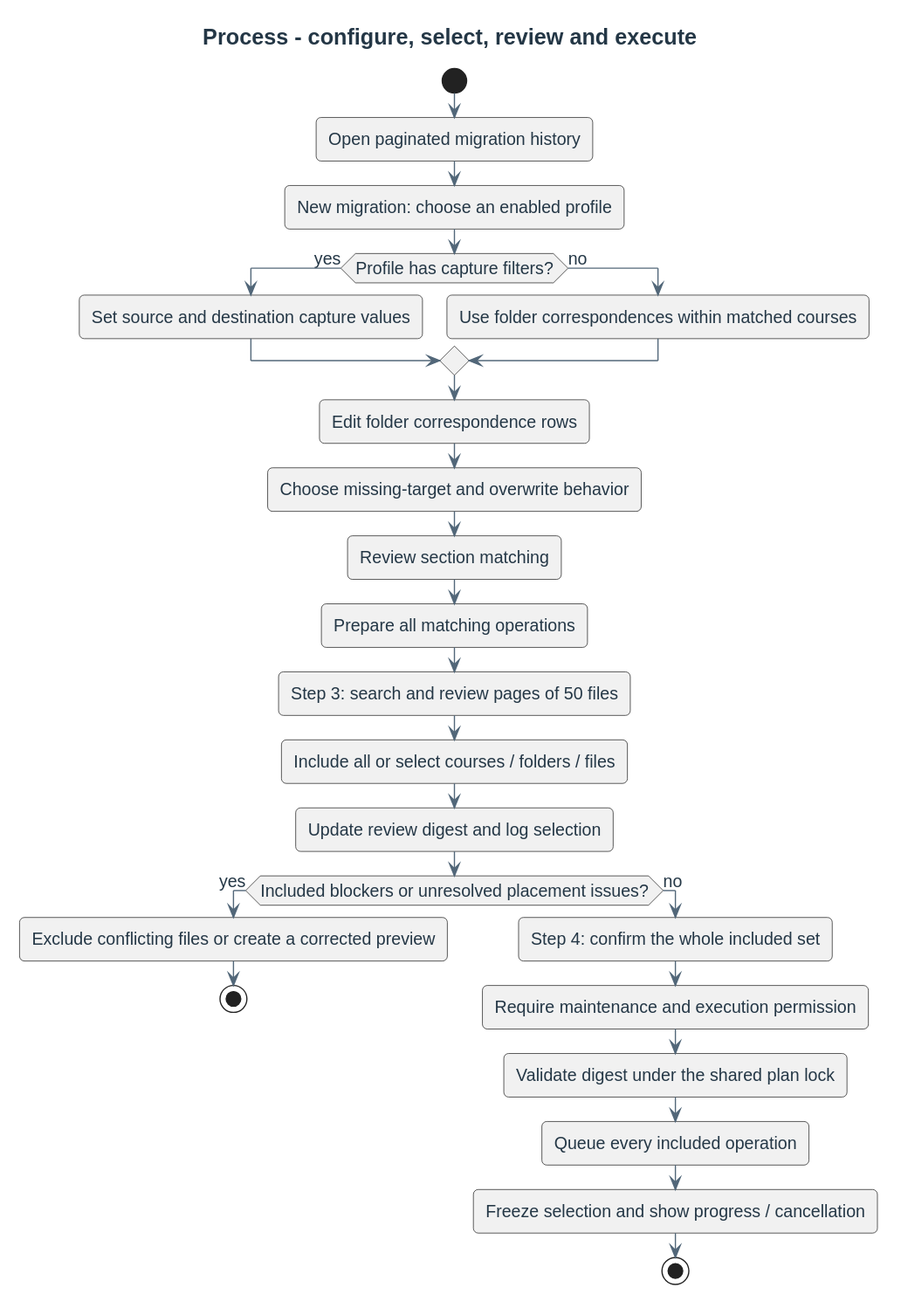
Above: docs/diagrams/behavior/processes/administration-migration.svg in didactika/moodle-local_coursefiles (PlantUML), before the change.
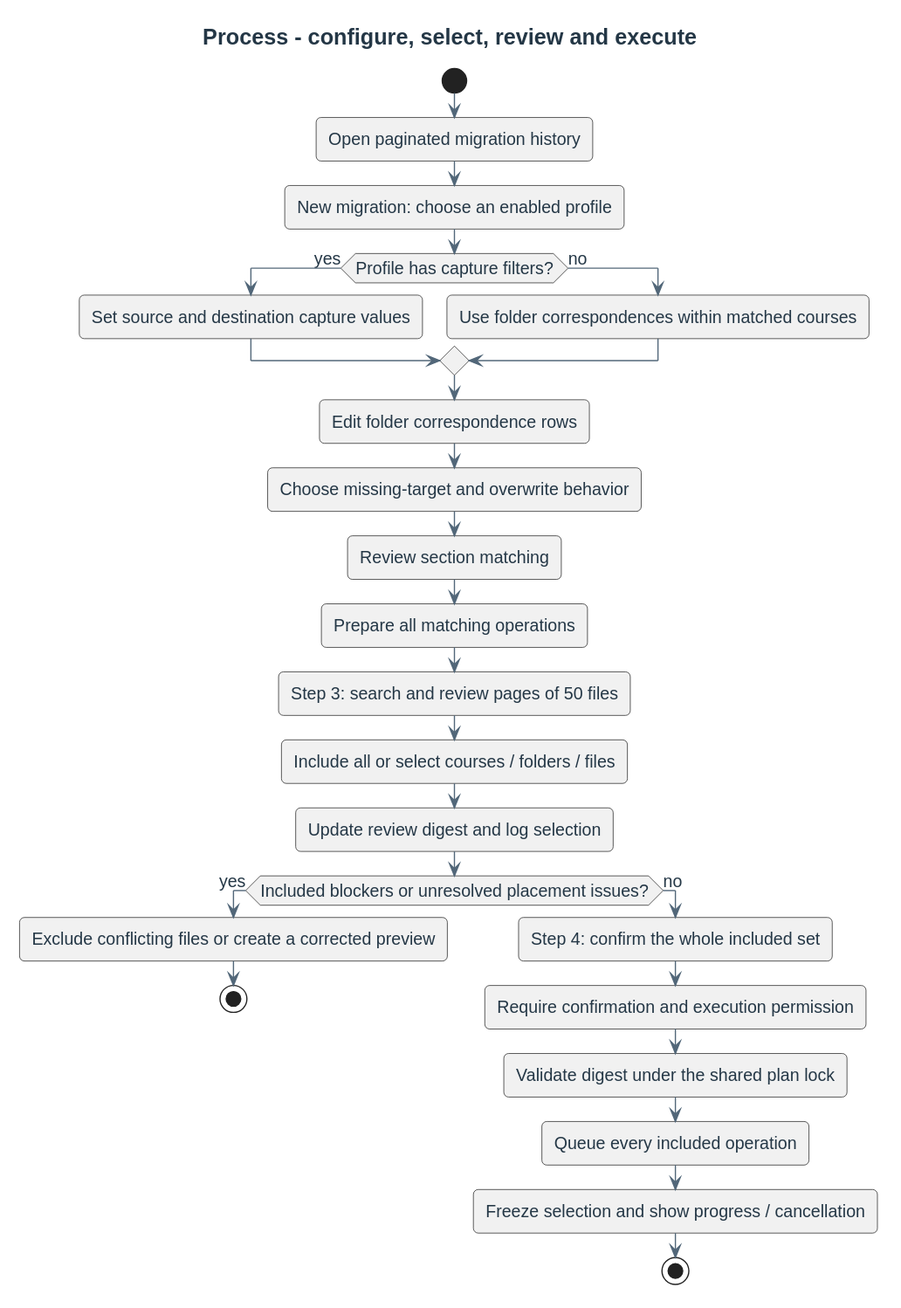
The same diagram one commit later.

Diff of the diagram source:
```diff
@@ -21,7 +21,7 @@
   stop
 else (no)
   :Step 4: confirm the whole included set;
-  :Require maintenance and execution permission;
+  :Require confirmation and execution permission;
   :Validate digest under the shared plan lock;
   :Queue every included operation;
   :Freeze selection and show progress / cancellation;
```
